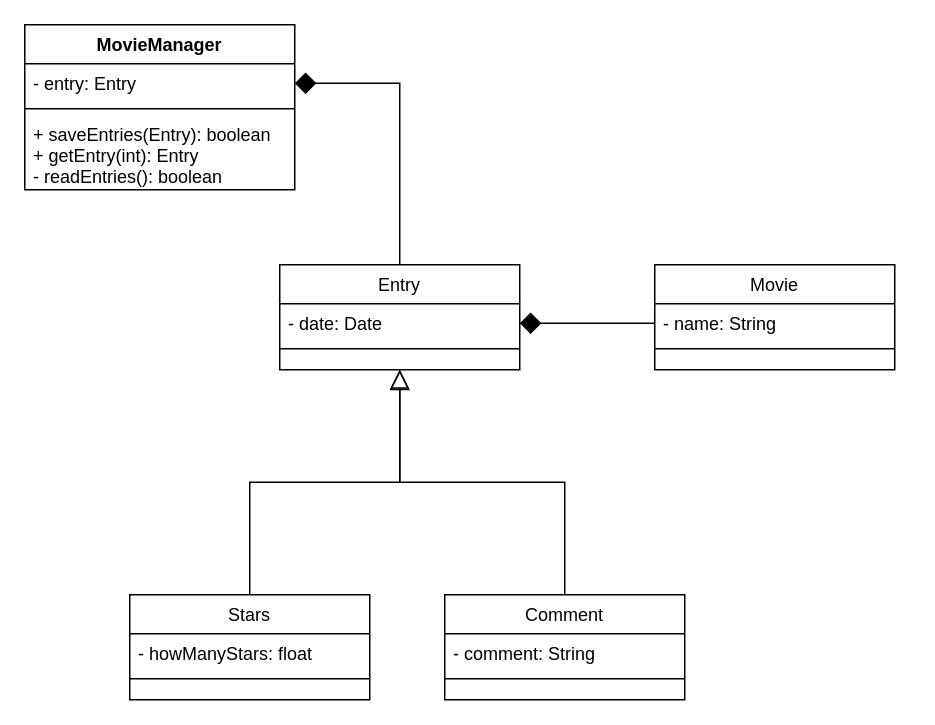
Earlier version of the draw.io diagram Untitled Diagram.drawio (DeveloperLauri/UML-charts-draw.io). Source tidied: cells renumbered, new cells numbered last; positions are measured from the earlier drawing's top-left corner, leaving out a move shared by most shapes. Both pictures are drawn from the tidied source at 150%, with x=0, y=0 at pixel (24, 24).
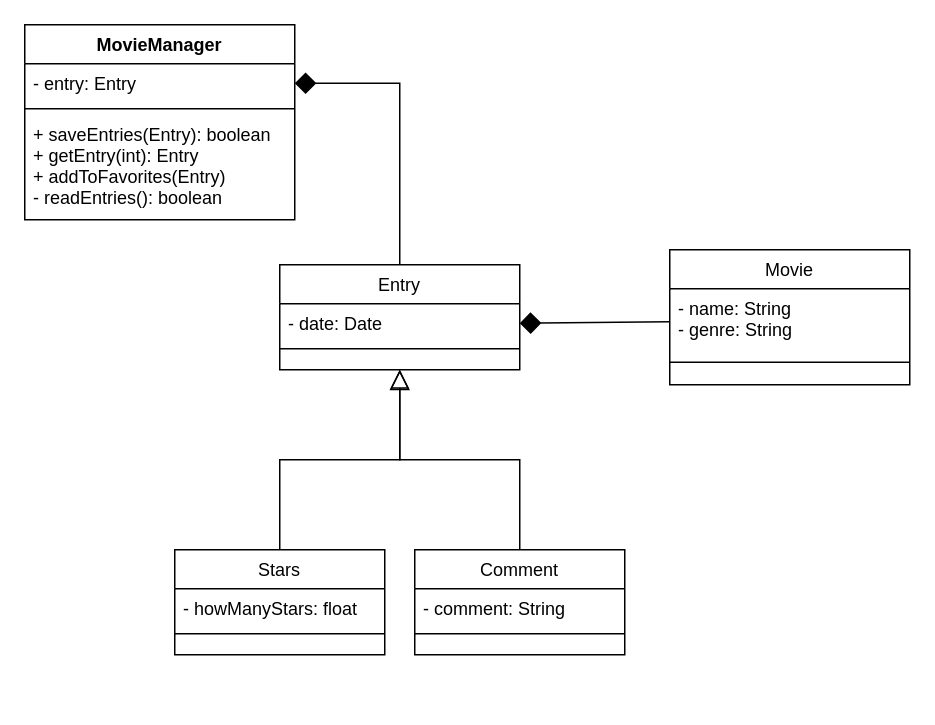
The same diagram, later.

Change to the diagram source:
```diff
@@
     <mxCell id="5" value="Stars" style="swimlane;fontStyle=0;align=center;verticalAlign=top;horizontal=1;startSize=26;rounded=0;shadow=0;strokeWidth=1;" parent="1" vertex="1">
-      <mxGeometry x="70" y="380" width="160" height="70" as="geometry" />
+      <mxGeometry x="100" y="350" width="140" height="70" as="geometry" />
     </mxCell>
     <mxCell id="6" value="- howManyStars: float" style="text;align=left;verticalAlign=top;spacingLeft=4;spacingRight=4;overflow=hidden;" parent="5" vertex="1">
-      <mxGeometry y="26" width="160" height="26" as="geometry" />
+      <mxGeometry y="26" width="140" height="26" as="geometry" />
     </mxCell>
     <mxCell id="7" style="line;html=1;strokeWidth=1;align=left;verticalAlign=middle;spacingTop=-1;spacingLeft=3;spacingRight=3;labelPosition=right;" parent="5" vertex="1">
-      <mxGeometry y="52" width="160" height="8" as="geometry" />
+      <mxGeometry y="52" width="140" height="8" as="geometry" />
     </mxCell>
@@
     <mxCell id="9" value="Comment" style="swimlane;fontStyle=0;align=center;verticalAlign=top;horizontal=1;startSize=26;rounded=0;shadow=0;strokeWidth=1;" parent="1" vertex="1">
-      <mxGeometry x="280" y="380" width="160" height="70" as="geometry" />
+      <mxGeometry x="260" y="350" width="140" height="70" as="geometry" />
     </mxCell>
     <mxCell id="10" value="- comment: String" style="text;align=left;verticalAlign=top;spacingLeft=4;spacingRight=4;overflow=hidden;" parent="9" vertex="1">
-      <mxGeometry y="26" width="160" height="26" as="geometry" />
+      <mxGeometry y="26" width="140" height="26" as="geometry" />
     </mxCell>
     <mxCell id="11" style="line;html=1;strokeWidth=1;align=left;verticalAlign=middle;spacingTop=-1;spacingLeft=3;spacingRight=3;labelPosition=right;" parent="9" vertex="1">
-      <mxGeometry y="52" width="160" height="8" as="geometry" />
+      <mxGeometry y="52" width="140" height="8" as="geometry" />
     </mxCell>
@@
     <mxCell id="13" value="Movie" style="swimlane;fontStyle=0;align=center;verticalAlign=top;horizontal=1;startSize=26;rounded=0;shadow=0;strokeWidth=1;" parent="1" vertex="1">
-      <mxGeometry x="420" y="160" width="160" height="70" as="geometry" />
+      <mxGeometry x="430" y="150" width="160" height="90" as="geometry" />
     </mxCell>
-    <mxCell id="14" value="- name: String" style="text;align=left;verticalAlign=top;spacingLeft=4;spacingRight=4;overflow=hidden;points=[[0,0.5],[1,0.5]];portConstraint=eastwest;rounded=0;shadow=0;html=0;" parent="13" vertex="1">
-      <mxGeometry y="26" width="160" height="26" as="geometry" />
+    <mxCell id="14" value="- name: String&#10;- genre: String" style="text;align=left;verticalAlign=top;spacingLeft=4;spacingRight=4;overflow=hidden;points=[[0,0.5],[1,0.5]];portConstraint=eastwest;rounded=0;shadow=0;html=0;" parent="13" vertex="1">
+      <mxGeometry y="26" width="160" height="44" as="geometry" />
     </mxCell>
     <mxCell id="15" style="line;html=1;strokeWidth=1;align=left;verticalAlign=middle;spacingTop=-1;spacingLeft=3;spacingRight=3;labelPosition=right;" parent="13" vertex="1">
-      <mxGeometry y="52" width="160" height="8" as="geometry" />
+      <mxGeometry y="70" width="160" height="10" as="geometry" />
     </mxCell>
@@
     <mxCell id="17" value="MovieManager" style="swimlane;fontStyle=1;align=center;verticalAlign=top;horizontal=1;startSize=26;" parent="1" vertex="1">
-      <mxGeometry width="180" height="110" as="geometry" />
+      <mxGeometry width="180" height="130" as="geometry" />
     </mxCell>
@@
-    <mxCell id="20" value="+ saveEntries(Entry): boolean&#10;+ getEntry(int): Entry&#10;- readEntries(): boolean" style="text;strokeColor=none;fillColor=none;align=left;verticalAlign=top;spacingLeft=4;spacingRight=4;overflow=hidden;" parent="17" vertex="1">
-      <mxGeometry y="60" width="180" height="50" as="geometry" />
+    <mxCell id="20" value="+ saveEntries(Entry): boolean&#10;+ getEntry(int): Entry&#10;+ addToFavorites(Entry)&#10;- readEntries(): boolean" style="text;strokeColor=none;fillColor=none;align=left;verticalAlign=top;spacingLeft=4;spacingRight=4;overflow=hidden;" parent="17" vertex="1">
+      <mxGeometry y="60" width="180" height="70" as="geometry" />
     </mxCell>
```
